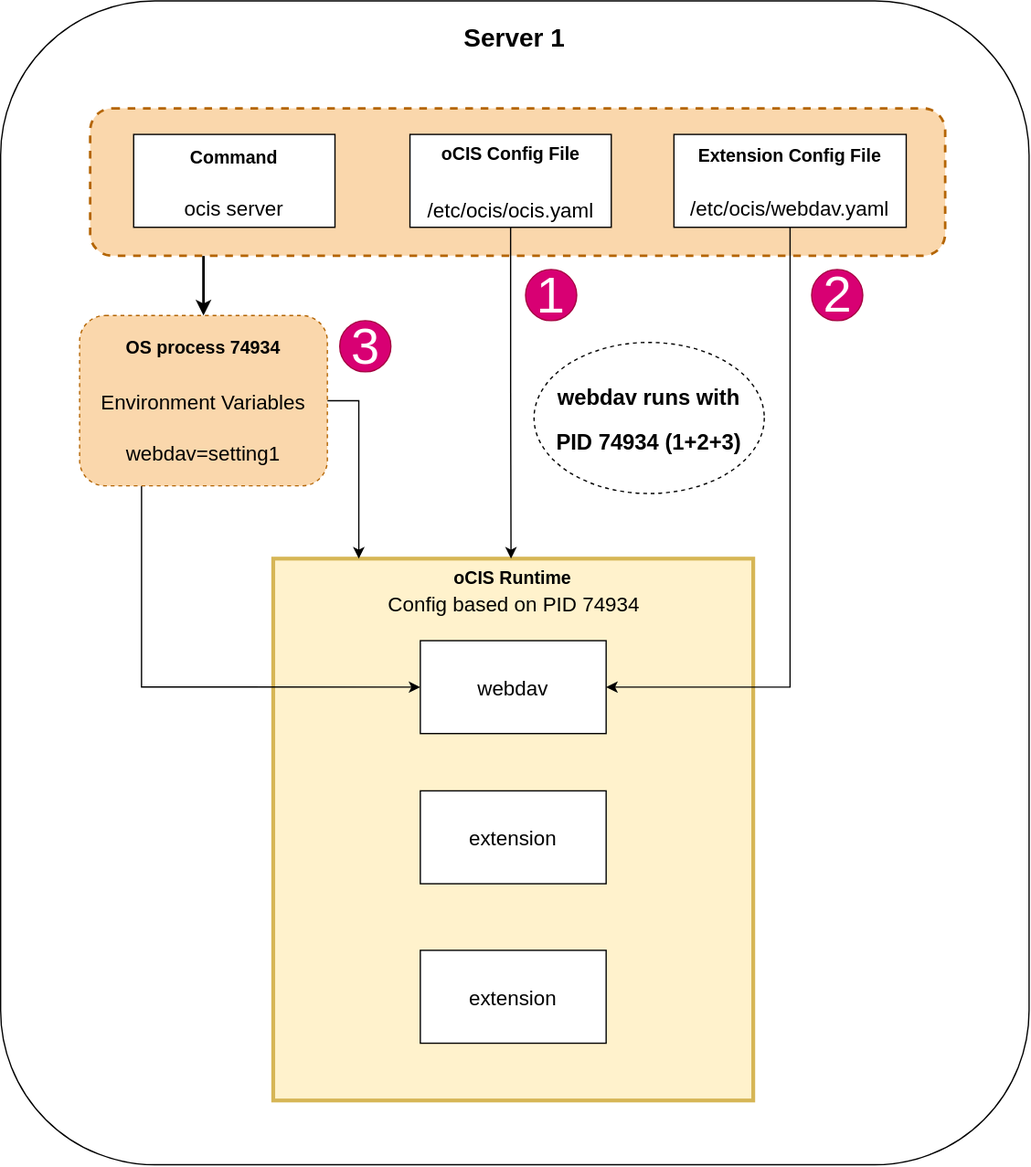
Before: modules/ROOT/images/deployment/services/runtime_c1.drawio.svg, a diagram exported from draw.io (owncloud/docs-ocis). Source tidied: cells renumbered, new cells last; positions are measured from the earlier drawing's top-left corner, leaving out a move shared by most shapes. Its diagram source:
```xml
<mxGraphModel>
  <root>
    <mxCell id="0" />
    <mxCell id="1" parent="0" />
    <mxCell id="2" value="Server 1" style="rounded=1;verticalAlign=top;fontStyle=1;fontSize=20;spacingTop=10;" parent="1" vertex="1">
      <mxGeometry width="804" height="910" as="geometry" />
    </mxCell>
    <mxCell id="3" value="oCIS Runtime" style="rounded=0;whiteSpace=wrap;verticalAlign=top;strokeWidth=3;fillColor=#fff2cc;strokeColor=#d6b656;fontStyle=1;fontSize=14;" parent="1" vertex="1">
      <mxGeometry x="213.1" y="436.1" width="375.3" height="423.7" as="geometry" />
    </mxCell>
    <mxCell id="4" value="extension" style="rounded=0;fontSize=16;" parent="1" vertex="1">
      <mxGeometry x="328.1" y="617.6" width="145.3" height="72.6" as="geometry" />
    </mxCell>
    <mxCell id="5" value="webdav" style="rounded=0;fontSize=16;" parent="1" vertex="1">
      <mxGeometry x="328.1" y="500.2" width="145.3" height="72.6" as="geometry" />
    </mxCell>
    <mxCell id="6" value="extension" style="rounded=0;fontSize=16;" parent="1" vertex="1">
      <mxGeometry x="328.1" y="742.3" width="145.3" height="72.6" as="geometry" />
    </mxCell>
    <mxCell id="7" style="edgeStyle=orthogonalEdgeStyle;rounded=0;jettySize=auto;entryX=0;entryY=0.5;entryDx=0;entryDy=0;exitX=0.25;exitY=1;exitDx=0;exitDy=0;" parent="1" edge="1" source="11" target="5">
      <mxGeometry relative="1" as="geometry">
        <Array as="points">
          <mxPoint x="110" y="536" />
        </Array>
      </mxGeometry>
    </mxCell>
    <mxCell id="8" style="edgeStyle=orthogonalEdgeStyle;rounded=0;jettySize=auto;exitX=1;exitY=0.5;exitDx=0;exitDy=0;" parent="1" edge="1" source="11">
      <mxGeometry relative="1" as="geometry">
        <mxPoint x="280" y="436" as="targetPoint" />
        <Array as="points">
          <mxPoint x="280" y="313" />
        </Array>
      </mxGeometry>
    </mxCell>
    <mxCell id="9" style="rounded=1;whiteSpace=wrap;fontSize=16;strokeWidth=2;dashed=1;fillColor=#fad7ac;strokeColor=#b46504;" parent="1" vertex="1">
      <mxGeometry x="70" y="84" width="668.4" height="115.2" as="geometry" />
    </mxCell>
    <mxCell id="10" style="edgeStyle=orthogonalEdgeStyle;rounded=0;jettySize=auto;strokeWidth=2;entryX=0.5;entryY=0;entryDx=0;entryDy=0;" parent="1" edge="1" target="11">
      <mxGeometry relative="1" as="geometry">
        <mxPoint x="158.6" y="199.4" as="sourcePoint" />
      </mxGeometry>
    </mxCell>
    <mxCell id="11" style="rounded=1;whiteSpace=wrap;dashed=1;fillColor=#fad7ac;strokeColor=#b46504;" parent="1" vertex="1">
      <mxGeometry x="61.7" y="246" width="193.7" height="133.2" as="geometry" />
    </mxCell>
    <mxCell id="12" value="Environment Variables" style="text;align=center;verticalAlign=middle;strokeColor=none;fillColor=none;fontSize=16;" parent="1" vertex="1">
      <mxGeometry x="68.6" y="302.6" width="180" height="20" as="geometry" />
    </mxCell>
    <mxCell id="13" value="OS process 74934" style="text;align=center;verticalAlign=middle;strokeColor=none;fillColor=none;fontSize=14;fontStyle=1;" parent="1" vertex="1">
      <mxGeometry x="88.6" y="260" width="140" height="20" as="geometry" />
    </mxCell>
    <mxCell id="14" value="webdav=setting1" style="text;align=center;verticalAlign=middle;strokeColor=none;fillColor=none;fontSize=16;" parent="1" vertex="1">
      <mxGeometry x="88.6" y="342.8" width="140" height="20" as="geometry" />
    </mxCell>
    <mxCell id="15" value="1" style="ellipse;fillColor=#d80073;strokeColor=#A50040;fontColor=#ffffff;fontSize=40;spacingTop=-9;" parent="1" vertex="1">
      <mxGeometry x="410.4" y="210" width="40" height="40" as="geometry" />
    </mxCell>
    <mxCell id="16" value="2" style="ellipse;fillColor=#d80073;strokeColor=#A50040;fontColor=#ffffff;fontSize=40;spacingTop=-11;spacingLeft=1;" parent="1" vertex="1">
      <mxGeometry x="634" y="210" width="40" height="40" as="geometry" />
    </mxCell>
    <mxCell id="17" value="3" style="ellipse;fillColor=#d80073;strokeColor=#A50040;fontColor=#ffffff;fontSize=40;spacingTop=-9;spacingLeft=1;" parent="1" vertex="1">
      <mxGeometry x="265.1" y="250" width="40" height="40" as="geometry" />
    </mxCell>
    <mxCell id="18" value="&lt;font style=&quot;font-size: 16px&quot;&gt;Config based on PID 74934&lt;/font&gt;" style="text;html=1;align=center;verticalAlign=middle;fillColor=none;strokeColor=none;rounded=0;fontSize=14;" parent="1" vertex="1">
      <mxGeometry x="295.7" y="462" width="210" height="20" as="geometry" />
    </mxCell>
    <mxCell id="19" style="group;" parent="1" vertex="1">
      <mxGeometry x="104" y="104.4" width="157.4" height="72.6" as="geometry" />
    </mxCell>
    <mxCell id="20" style="rounded=0;fontSize=14;" parent="19" vertex="1">
      <mxGeometry width="157.4" height="72.6" as="geometry" />
    </mxCell>
    <mxCell id="21" style="group;" parent="19" vertex="1">
      <mxGeometry x="38.7" y="7.2" width="85" height="60" as="geometry" />
    </mxCell>
    <mxCell id="22" value="ocis server" style="text;align=center;verticalAlign=middle;strokeColor=none;fillColor=none;fontSize=16;" parent="21" vertex="1">
      <mxGeometry x="-5" y="40" width="90" height="20" as="geometry" />
    </mxCell>
    <mxCell id="23" value="Command" style="text;align=center;verticalAlign=middle;strokeColor=none;fillColor=none;fontSize=14;fontStyle=1;" parent="21" vertex="1">
      <mxGeometry width="80" height="20" as="geometry" />
    </mxCell>
    <mxCell id="24" style="group;" parent="1" vertex="1">
      <mxGeometry x="320" y="104.4" width="157.4" height="72.6" as="geometry" />
    </mxCell>
    <mxCell id="25" style="rounded=0;whiteSpace=wrap;fontSize=14;" parent="24" vertex="1">
      <mxGeometry width="157.4" height="72.6" as="geometry" />
    </mxCell>
    <mxCell id="26" style="group;" parent="24" vertex="1">
      <mxGeometry x="14" y="4.6" width="140" height="64" as="geometry" />
    </mxCell>
    <mxCell id="27" value="/etc/ocis/ocis.yaml" style="text;align=center;verticalAlign=middle;strokeColor=none;fillColor=none;fontSize=16;" parent="26" vertex="1">
      <mxGeometry x="-10" y="44" width="150" height="20" as="geometry" />
    </mxCell>
    <mxCell id="28" value="oCIS Config File" style="text;align=center;verticalAlign=middle;strokeColor=none;fillColor=none;fontSize=14;fontStyle=1;" parent="26" vertex="1">
      <mxGeometry x="5" width="120" height="20" as="geometry" />
    </mxCell>
    <mxCell id="29" style="group;" parent="1" vertex="1">
      <mxGeometry x="526.4" y="104.4" width="181.6" height="72.6" as="geometry" />
    </mxCell>
    <mxCell id="30" style="rounded=0;whiteSpace=wrap;fontSize=14;" parent="29" vertex="1">
      <mxGeometry width="181.6" height="72.6" as="geometry" />
    </mxCell>
    <mxCell id="31" style="group;" parent="29" vertex="1">
      <mxGeometry x="10.8" y="5.8" width="165" height="61" as="geometry" />
    </mxCell>
    <mxCell id="32" value="/etc/ocis/webdav.yaml" style="text;align=center;verticalAlign=middle;strokeColor=none;fillColor=none;fontSize=16;" parent="31" vertex="1">
      <mxGeometry x="-5" y="41" width="170" height="20" as="geometry" />
    </mxCell>
    <mxCell id="33" value="Extension Config File" style="text;align=center;verticalAlign=middle;strokeColor=none;fillColor=none;fontSize=14;fontStyle=1;" parent="31" vertex="1">
      <mxGeometry width="160" height="20" as="geometry" />
    </mxCell>
    <mxCell id="34" style="edgeStyle=orthogonalEdgeStyle;rounded=0;jettySize=auto;exitX=0.5;exitY=1;exitDx=0;exitDy=0;" parent="1" edge="1" source="25">
      <mxGeometry relative="1" as="geometry">
        <mxPoint x="399" y="436" as="targetPoint" />
      </mxGeometry>
    </mxCell>
    <mxCell id="35" style="edgeStyle=orthogonalEdgeStyle;rounded=0;jettySize=auto;exitX=0.5;exitY=1;exitDx=0;exitDy=0;entryX=1;entryY=0.5;entryDx=0;entryDy=0;" parent="1" edge="1" source="30" target="5">
      <mxGeometry relative="1" as="geometry">
        <Array as="points">
          <mxPoint x="617.4" y="536.5" />
        </Array>
      </mxGeometry>
    </mxCell>
    <mxCell id="36" style="group;" parent="1" vertex="1">
      <mxGeometry x="417" y="267" width="180" height="118.1" as="geometry" />
    </mxCell>
    <mxCell id="37" style="ellipse;whiteSpace=wrap;fontSize=27;dashed=1;" parent="36" vertex="1">
      <mxGeometry width="180" height="118.1" as="geometry" />
    </mxCell>
    <mxCell id="38" style="group;" parent="36" vertex="1">
      <mxGeometry x="10" y="26.6" width="160" height="65" as="geometry" />
    </mxCell>
    <mxCell id="39" value="webdav runs with" style="text;align=center;verticalAlign=middle;strokeColor=none;fillColor=none;fontSize=17;fontStyle=1;" parent="38" vertex="1">
      <mxGeometry width="160" height="30" as="geometry" />
    </mxCell>
    <mxCell id="40" value="PID 74934 (1+2+3)" style="text;align=center;verticalAlign=middle;strokeColor=none;fillColor=none;fontSize=17;fontStyle=1;" parent="38" vertex="1">
      <mxGeometry y="35" width="160" height="30" as="geometry" />
    </mxCell>
  </root>
</mxGraphModel>
```
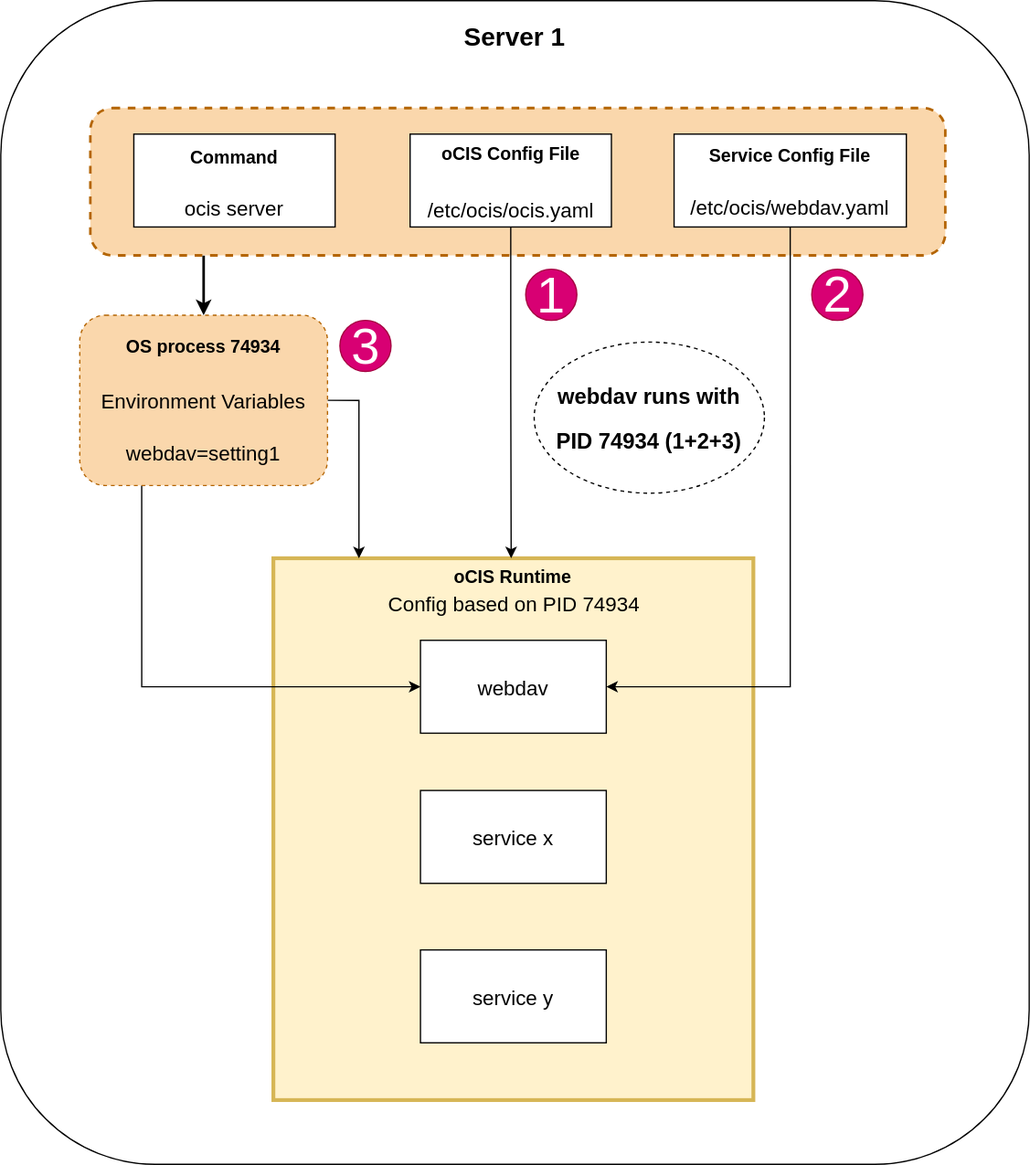
After the commit.

What changed in the source:
```diff
@@ -8,13 +8,13 @@
     <mxCell id="3" value="oCIS Runtime" style="rounded=0;whiteSpace=wrap;verticalAlign=top;strokeWidth=3;fillColor=#fff2cc;strokeColor=#d6b656;fontStyle=1;fontSize=14;" parent="1" vertex="1">
       <mxGeometry x="213.1" y="436.1" width="375.3" height="423.7" as="geometry" />
     </mxCell>
-    <mxCell id="4" value="extension" style="rounded=0;fontSize=16;" parent="1" vertex="1">
+    <mxCell id="4" value="service x" style="rounded=0;fontSize=16;" parent="1" vertex="1">
       <mxGeometry x="328.1" y="617.6" width="145.3" height="72.6" as="geometry" />
     </mxCell>
     <mxCell id="5" value="webdav" style="rounded=0;fontSize=16;" parent="1" vertex="1">
       <mxGeometry x="328.1" y="500.2" width="145.3" height="72.6" as="geometry" />
     </mxCell>
-    <mxCell id="6" value="extension" style="rounded=0;fontSize=16;" parent="1" vertex="1">
+    <mxCell id="6" value="service y" style="rounded=0;fontSize=16;" parent="1" vertex="1">
       <mxGeometry x="328.1" y="742.3" width="145.3" height="72.6" as="geometry" />
     </mxCell>
     <mxCell id="7" style="edgeStyle=orthogonalEdgeStyle;rounded=0;jettySize=auto;entryX=0;entryY=0.5;entryDx=0;entryDy=0;exitX=0.25;exitY=1;exitDx=0;exitDy=0;" parent="1" edge="1" source="11" target="5">
@@ -106,8 +106,8 @@
     <mxCell id="32" value="/etc/ocis/webdav.yaml" style="text;align=center;verticalAlign=middle;strokeColor=none;fillColor=none;fontSize=16;" parent="31" vertex="1">
       <mxGeometry x="-5" y="41" width="170" height="20" as="geometry" />
     </mxCell>
-    <mxCell id="33" value="Extension Config File" style="text;align=center;verticalAlign=middle;strokeColor=none;fillColor=none;fontSize=14;fontStyle=1;" parent="31" vertex="1">
-      <mxGeometry width="160" height="20" as="geometry" />
+    <mxCell id="33" value="Service Config File" style="text;align=center;verticalAlign=middle;strokeColor=none;fillColor=none;fontSize=14;fontStyle=1;" parent="31" vertex="1">
+      <mxGeometry x="5" y="-5" width="150" height="30" as="geometry" />
     </mxCell>
     <mxCell id="34" style="edgeStyle=orthogonalEdgeStyle;rounded=0;jettySize=auto;exitX=0.5;exitY=1;exitDx=0;exitDy=0;" parent="1" edge="1" source="25">
       <mxGeometry relative="1" as="geometry">
```
